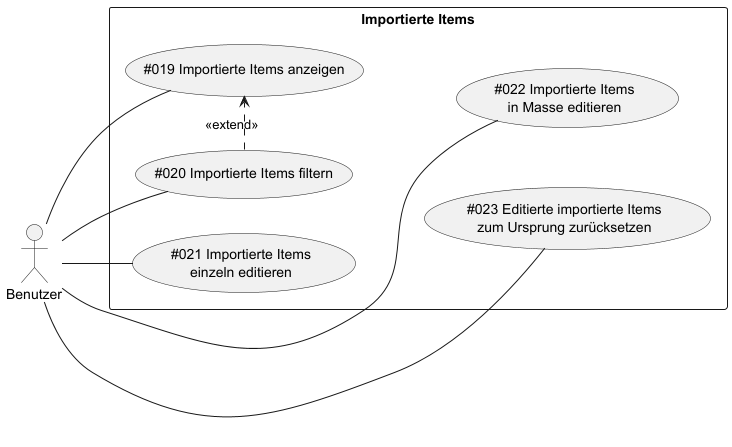
The PlantUML diagram data-integration-documentation/src/main/images/usecases/items.png in TuncerCatalkaya/data-integration, before a commit.
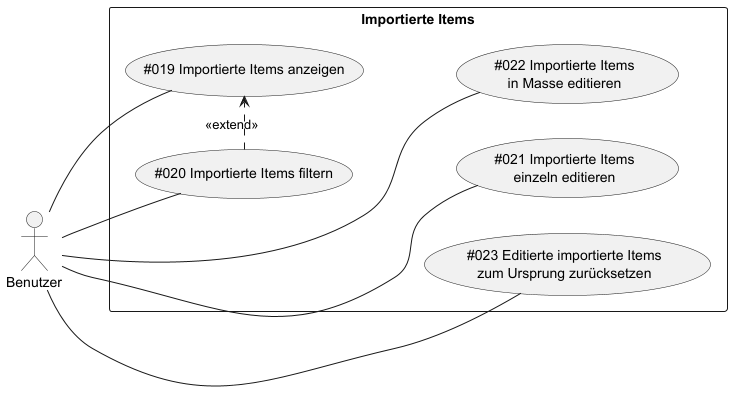
After the change.

Change to the diagram source:
```diff
@@ -21,5 +21,6 @@
 
 (UC19) -[hidden]- (UC22)
 (UC20) -[hidden]- (UC23)
+(UC19) -[hidden]- (UC21)
 
 @enduml
```
